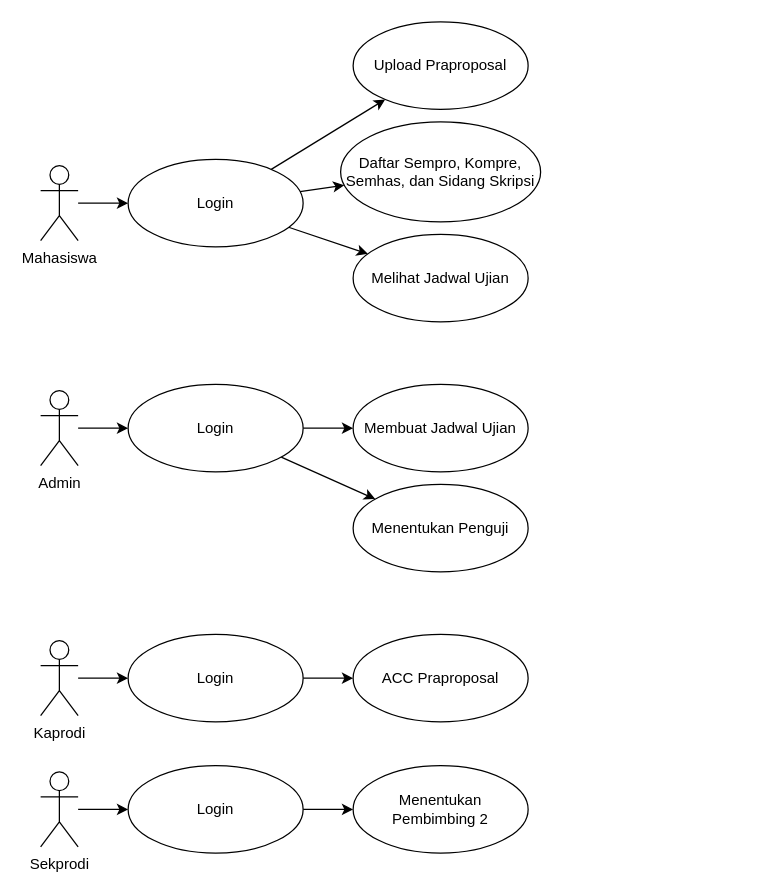
This is usecase.drawio from humamafif/mydrawio, a draw.io file, before an edit. Source tidied: cells renumbered, new cells numbered last; positions are measured from the earlier drawing's top-left corner, leaving out a move shared by most shapes. Both pictures are drawn from the tidied source at 125%, with x=0, y=0 at pixel (40, 21).
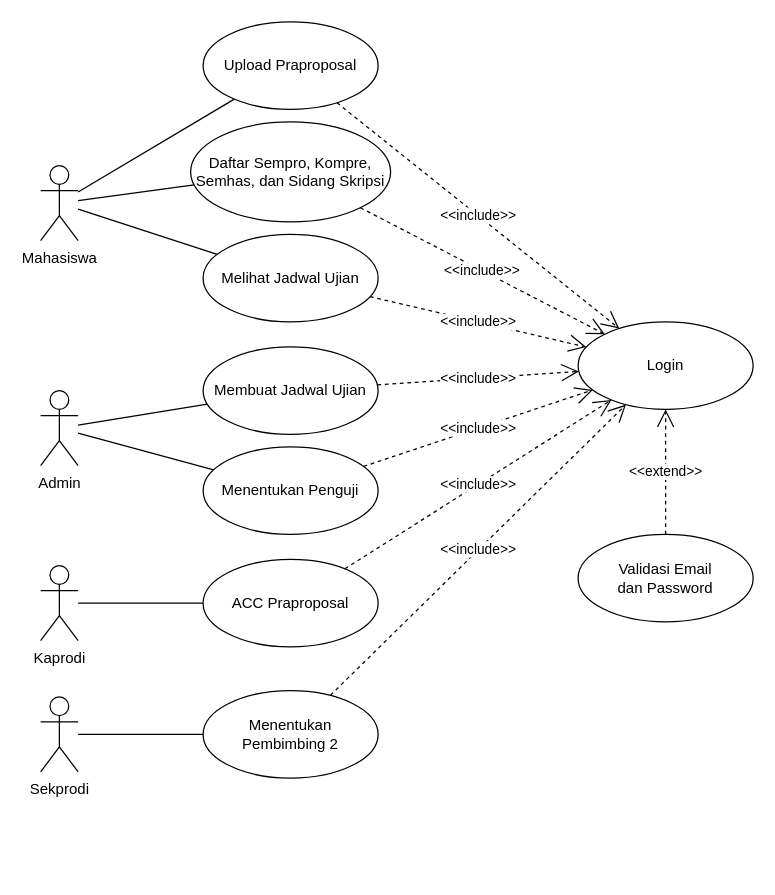
After the change.

Unchanged cells that the change refers to:
```xml
<mxCell id="3" value="Mahasiswa" style="shape=umlActor;verticalLabelPosition=bottom;verticalAlign=top;html=1;outlineConnect=0;" parent="1" vertex="1">
  <mxGeometry y="115" width="30" height="60" as="geometry" />
</mxCell>
<mxCell id="5" value="Admin" style="shape=umlActor;verticalLabelPosition=bottom;verticalAlign=top;html=1;outlineConnect=0;" parent="1" vertex="1">
  <mxGeometry y="295" width="30" height="60" as="geometry" />
</mxCell>
```

What changed in the source:
```diff
@@
-    <mxCell id="2" style="edgeStyle=orthogonalEdgeStyle;rounded=0;jettySize=auto;html=1;" parent="1" edge="1" source="3" target="9">
-      <mxGeometry relative="1" as="geometry" />
-    </mxCell>
@@
-    <mxCell id="4" style="edgeStyle=orthogonalEdgeStyle;rounded=0;jettySize=auto;html=1;" parent="1" edge="1" source="5" target="15">
-      <mxGeometry relative="1" as="geometry" />
-    </mxCell>
+    <mxCell id="28" style="rounded=0;jettySize=auto;html=1;endArrow=none;endFill=0;" parent="1" edge="1" source="5" target="16">
+      <mxGeometry relative="1" as="geometry" />
+    </mxCell>
+    <mxCell id="29" style="rounded=0;jettySize=auto;html=1;endArrow=none;endFill=0;" parent="1" edge="1" source="5" target="17">
+      <mxGeometry relative="1" as="geometry" />
+    </mxCell>
@@
-    <mxCell id="6" style="rounded=0;jettySize=auto;html=1;" parent="1" edge="1" source="9" target="10">
+    <mxCell id="6" style="rounded=0;jettySize=auto;html=1;endArrow=none;endFill=0;" parent="1" edge="1" source="3" target="10">
       <mxGeometry relative="1" as="geometry" />
     </mxCell>
-    <mxCell id="7" style="rounded=0;jettySize=auto;html=1;" parent="1" edge="1" source="9" target="12">
+    <mxCell id="7" style="rounded=0;jettySize=auto;html=1;endArrow=none;endFill=0;" parent="1" edge="1" source="3" target="12">
       <mxGeometry relative="1" as="geometry" />
     </mxCell>
-    <mxCell id="8" style="rounded=0;jettySize=auto;html=1;" parent="1" edge="1" source="9" target="11">
+    <mxCell id="8" style="rounded=0;jettySize=auto;html=1;endArrow=none;endFill=0;" parent="1" edge="1" source="3" target="11">
       <mxGeometry relative="1" as="geometry" />
     </mxCell>
-    <mxCell id="9" value="Login" style="ellipse;whiteSpace=wrap;html=1;" parent="1" vertex="1">
-      <mxGeometry x="70" y="110" width="140" height="70" as="geometry" />
-    </mxCell>
     <mxCell id="10" value="Upload Praproposal" style="ellipse;whiteSpace=wrap;html=1;" parent="1" vertex="1">
-      <mxGeometry x="250" width="140" height="70" as="geometry" />
+      <mxGeometry x="130" width="140" height="70" as="geometry" />
     </mxCell>
     <mxCell id="11" value="Melihat Jadwal Ujian" style="ellipse;whiteSpace=wrap;html=1;" parent="1" vertex="1">
-      <mxGeometry x="250" y="170" width="140" height="70" as="geometry" />
+      <mxGeometry x="130" y="170" width="140" height="70" as="geometry" />
     </mxCell>
     <mxCell id="12" value="Daftar Sempro, Kompre, Semhas, dan Sidang Skripsi" style="ellipse;whiteSpace=wrap;html=1;" parent="1" vertex="1">
-      <mxGeometry x="240" y="80" width="160" height="80" as="geometry" />
+      <mxGeometry x="120" y="80" width="160" height="80" as="geometry" />
     </mxCell>
-    <mxCell id="13" style="edgeStyle=orthogonalEdgeStyle;rounded=0;jettySize=auto;html=1;" parent="1" edge="1" source="15" target="16">
-      <mxGeometry relative="1" as="geometry" />
-    </mxCell>
-    <mxCell id="14" style="rounded=0;jettySize=auto;html=1;" parent="1" edge="1" source="15" target="17">
-      <mxGeometry relative="1" as="geometry" />
-    </mxCell>
     <mxCell id="15" value="Login" style="ellipse;whiteSpace=wrap;html=1;" parent="1" vertex="1">
-      <mxGeometry x="70" y="290" width="140" height="70" as="geometry" />
+      <mxGeometry x="430" y="240" width="140" height="70" as="geometry" />
     </mxCell>
     <mxCell id="16" value="Membuat Jadwal Ujian" style="ellipse;whiteSpace=wrap;html=1;" parent="1" vertex="1">
-      <mxGeometry x="250" y="290" width="140" height="70" as="geometry" />
+      <mxGeometry x="130" y="260" width="140" height="70" as="geometry" />
     </mxCell>
     <mxCell id="17" value="Menentukan Penguji" style="ellipse;whiteSpace=wrap;html=1;" parent="1" vertex="1">
-      <mxGeometry x="250" y="370" width="140" height="70" as="geometry" />
+      <mxGeometry x="130" y="340" width="140" height="70" as="geometry" />
     </mxCell>
-    <mxCell id="18" style="edgeStyle=orthogonalEdgeStyle;rounded=0;jettySize=auto;html=1;" parent="1" edge="1" source="19" target="25">
-      <mxGeometry relative="1" as="geometry" />
-    </mxCell>
     <mxCell id="19" value="Sekprodi" style="shape=umlActor;verticalLabelPosition=bottom;verticalAlign=top;html=1;outlineConnect=0;" parent="1" vertex="1">
-      <mxGeometry y="600" width="30" height="60" as="geometry" />
+      <mxGeometry y="540" width="30" height="60" as="geometry" />
     </mxCell>
-    <mxCell id="20" style="edgeStyle=orthogonalEdgeStyle;rounded=0;jettySize=auto;html=1;" parent="1" edge="1" source="21" target="23">
-      <mxGeometry relative="1" as="geometry" />
-    </mxCell>
     <mxCell id="21" value="Kaprodi" style="shape=umlActor;verticalLabelPosition=bottom;verticalAlign=top;html=1;outlineConnect=0;" parent="1" vertex="1">
-      <mxGeometry y="495" width="30" height="60" as="geometry" />
+      <mxGeometry y="435" width="30" height="60" as="geometry" />
     </mxCell>
-    <mxCell id="22" style="edgeStyle=orthogonalEdgeStyle;rounded=0;jettySize=auto;html=1;" parent="1" edge="1" source="23" target="26">
+    <mxCell id="22" style="edgeStyle=orthogonalEdgeStyle;rounded=0;jettySize=auto;html=1;endArrow=none;endFill=0;" parent="1" edge="1" source="21" target="26">
       <mxGeometry relative="1" as="geometry" />
     </mxCell>
-    <mxCell id="23" value="Login" style="ellipse;whiteSpace=wrap;html=1;" parent="1" vertex="1">
-      <mxGeometry x="70" y="490" width="140" height="70" as="geometry" />
-    </mxCell>
-    <mxCell id="24" style="edgeStyle=orthogonalEdgeStyle;rounded=0;jettySize=auto;html=1;" parent="1" edge="1" source="25" target="27">
+    <mxCell id="24" style="edgeStyle=orthogonalEdgeStyle;rounded=0;jettySize=auto;html=1;endArrow=none;endFill=0;" parent="1" edge="1" source="19" target="27">
       <mxGeometry relative="1" as="geometry" />
     </mxCell>
-    <mxCell id="25" value="Login" style="ellipse;whiteSpace=wrap;html=1;" parent="1" vertex="1">
-      <mxGeometry x="70" y="595" width="140" height="70" as="geometry" />
-    </mxCell>
     <mxCell id="26" value="ACC Praproposal" style="ellipse;whiteSpace=wrap;html=1;" parent="1" vertex="1">
-      <mxGeometry x="250" y="490" width="140" height="70" as="geometry" />
+      <mxGeometry x="130" y="430" width="140" height="70" as="geometry" />
     </mxCell>
     <mxCell id="27" value="Menentukan&lt;br&gt;Pembimbing 2" style="ellipse;whiteSpace=wrap;html=1;" parent="1" vertex="1">
-      <mxGeometry x="250" y="595" width="140" height="70" as="geometry" />
+      <mxGeometry x="130" y="535" width="140" height="70" as="geometry" />
     </mxCell>
+    <mxCell id="30" value="&amp;lt;&amp;lt;include&amp;gt;&amp;gt;" style="endArrow=open;endSize=12;dashed=1;html=1;rounded=0;" parent="1" edge="1" source="10" target="15">
+      <mxGeometry relative="1" as="geometry" />
+    </mxCell>
+    <mxCell id="31" value="&amp;lt;&amp;lt;include&amp;gt;&amp;gt;" style="endArrow=open;endSize=12;dashed=1;html=1;rounded=0;" parent="1" edge="1" source="12" target="15">
+      <mxGeometry relative="1" as="geometry" />
+    </mxCell>
+    <mxCell id="32" value="&amp;lt;&amp;lt;include&amp;gt;&amp;gt;" style="endArrow=open;endSize=12;dashed=1;html=1;rounded=0;" parent="1" edge="1" source="11" target="15">
+      <mxGeometry relative="1" as="geometry" />
+    </mxCell>
+    <mxCell id="33" value="&amp;lt;&amp;lt;include&amp;gt;&amp;gt;" style="endArrow=open;endSize=12;dashed=1;html=1;rounded=0;" parent="1" edge="1" source="16" target="15">
+      <mxGeometry relative="1" as="geometry" />
+    </mxCell>
+    <mxCell id="34" value="&amp;lt;&amp;lt;include&amp;gt;&amp;gt;" style="endArrow=open;endSize=12;dashed=1;html=1;rounded=0;" parent="1" edge="1" source="17" target="15">
+      <mxGeometry relative="1" as="geometry" />
+    </mxCell>
+    <mxCell id="35" value="&amp;lt;&amp;lt;include&amp;gt;&amp;gt;" style="endArrow=open;endSize=12;dashed=1;html=1;rounded=0;" parent="1" edge="1" source="26" target="15">
+      <mxGeometry relative="1" as="geometry" />
+    </mxCell>
+    <mxCell id="36" value="&amp;lt;&amp;lt;include&amp;gt;&amp;gt;" style="endArrow=open;endSize=12;dashed=1;html=1;rounded=0;" parent="1" edge="1" source="27" target="15">
+      <mxGeometry relative="1" as="geometry" />
+    </mxCell>
+    <mxCell id="37" value="Validasi Email&lt;br&gt;dan Password" style="ellipse;whiteSpace=wrap;html=1;" parent="1" vertex="1">
+      <mxGeometry x="430" y="410" width="140" height="70" as="geometry" />
+    </mxCell>
+    <mxCell id="38" value="&amp;lt;&amp;lt;extend&amp;gt;&amp;gt;" style="endArrow=open;endSize=12;dashed=1;html=1;rounded=0;" parent="1" edge="1" source="37" target="15">
+      <mxGeometry relative="1" as="geometry" />
+    </mxCell>
```
